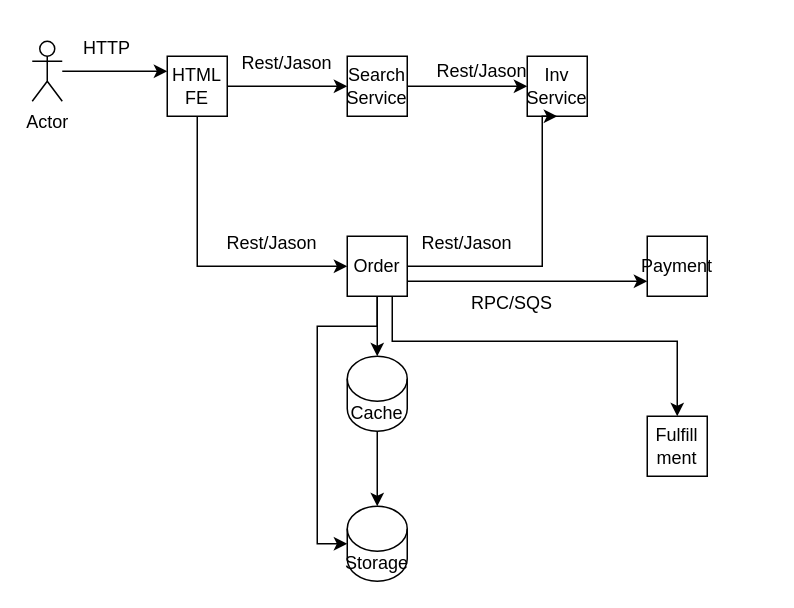
Before: Untitled Diagram.drawio in rjabbala50/rjabbala50, a draw.io diagram. Source tidied: cells renumbered, new cells numbered last; positions are measured from the earlier drawing's top-left corner, leaving out a move shared by most shapes. Both pictures are drawn from the tidied source at 150%, with x=0, y=0 at pixel (32, 26).
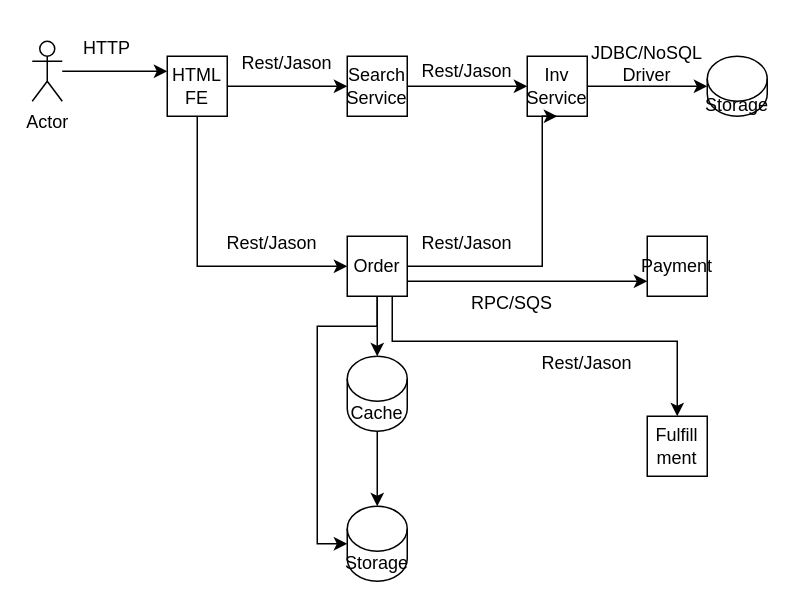
Above is the later version.

The change refers to these unchanged cells:
```xml
<mxCell id="11" value="Inv&lt;br&gt;Service" style="whiteSpace=wrap;html=1;" parent="1" vertex="1">
  <mxGeometry x="330" y="20" width="40" height="40" as="geometry" />
</mxCell>
```

What changed in the source:
```diff
@@
+    <mxCell id="27" style="edgeStyle=orthogonalEdgeStyle;rounded=0;jettySize=auto;html=1;entryX=0;entryY=0.5;entryDx=0;entryDy=0;entryPerimeter=0;" parent="1" edge="1" source="11" target="28">
+      <mxGeometry relative="1" as="geometry" />
+    </mxCell>
@@
     <mxCell id="12" value="Rest/Jason" style="text;html=1;strokeColor=none;fillColor=none;align=center;verticalAlign=middle;whiteSpace=wrap;rounded=0;" parent="1" vertex="1">
-      <mxGeometry x="250" y="15" width="100" height="30" as="geometry" />
+      <mxGeometry x="240" y="15" width="100" height="30" as="geometry" />
     </mxCell>
@@
+    <mxCell id="28" value="Storage" style="shape=cylinder3;whiteSpace=wrap;html=1;boundedLbl=1;backgroundOutline=1;size=15;" parent="1" vertex="1">
+      <mxGeometry x="450" y="20" width="40" height="40" as="geometry" />
+    </mxCell>
+    <mxCell id="29" value="JDBC/NoSQL&lt;br&gt;Driver" style="text;html=1;strokeColor=none;fillColor=none;align=center;verticalAlign=middle;whiteSpace=wrap;rounded=0;" parent="1" vertex="1">
+      <mxGeometry x="370" y="15" width="80" height="20" as="geometry" />
+    </mxCell>
+    <mxCell id="30" value="Rest/Jason" style="text;html=1;strokeColor=none;fillColor=none;align=center;verticalAlign=middle;whiteSpace=wrap;rounded=0;" parent="1" vertex="1">
+      <mxGeometry x="320" y="210" width="100" height="30" as="geometry" />
+    </mxCell>
```
